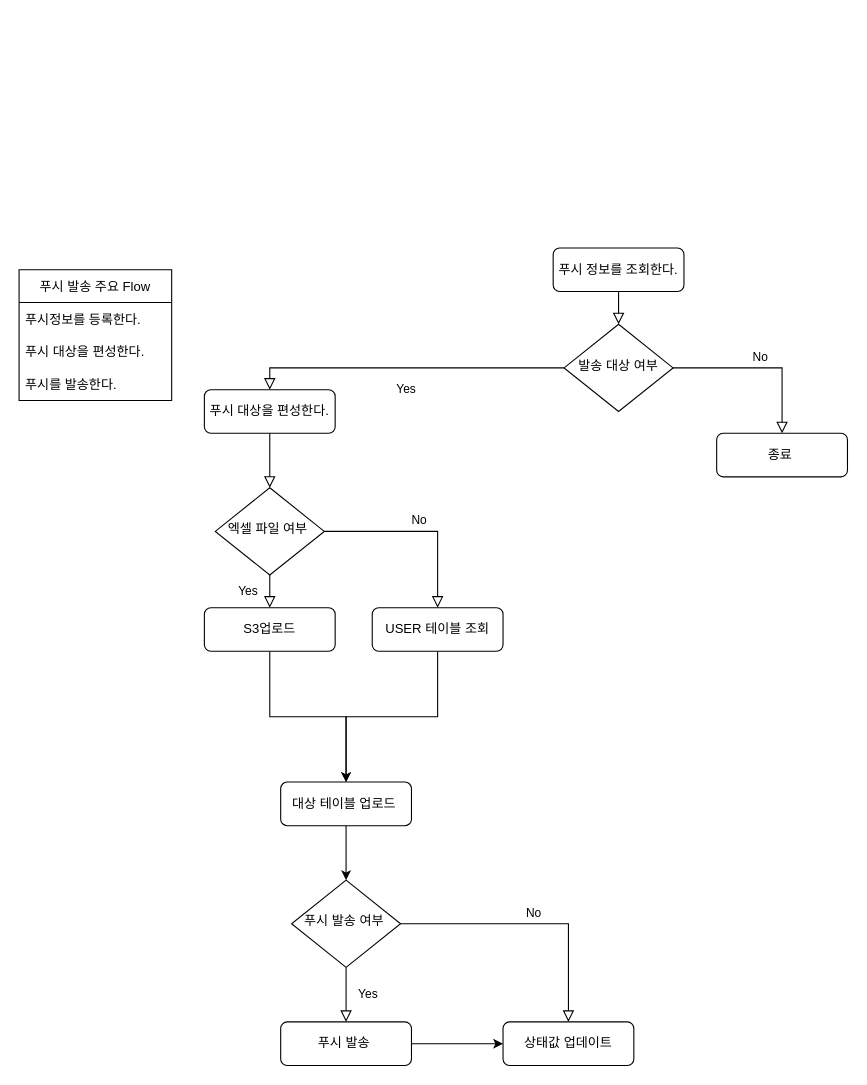
Before: 제목 없는 다이어그램.drawio in kangdanni/PushBatchTask, a draw.io diagram. Source tidied: cells renumbered, new cells numbered last; positions are measured from the earlier drawing's top-left corner, leaving out a move shared by most shapes. Both pictures are drawn from the tidied source at 109%, with x=0, y=0 at pixel (19, 247).
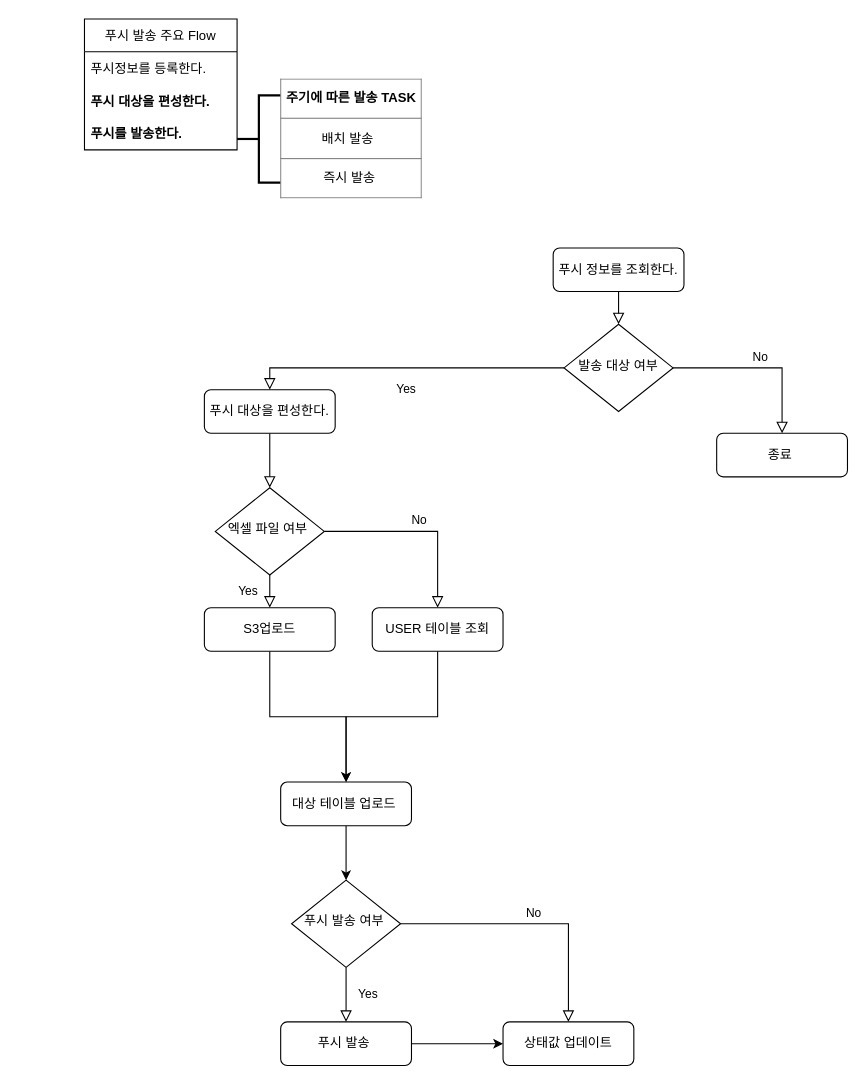
After the change.

Commit message:
제목 없는 다이어그램.drawio 업데이트

Diff of the diagram source:
```diff
@@
     <mxCell id="9" value="푸시 발송 주요 Flow" style="swimlane;fontStyle=0;horizontal=1;startSize=30;" parent="1" vertex="1">
-      <mxGeometry y="20" width="140" height="120" as="geometry" />
+      <mxGeometry x="60" y="-210" width="140" height="120" as="geometry" />
     </mxCell>
@@
-    <mxCell id="11" value="푸시 대상을 편성한다." style="text;strokeColor=none;fillColor=none;align=left;verticalAlign=middle;spacingLeft=4;spacingRight=4;overflow=hidden;" parent="9" vertex="1">
+    <mxCell id="11" value="푸시 대상을 편성한다." style="text;strokeColor=none;fillColor=none;align=left;verticalAlign=middle;spacingLeft=4;spacingRight=4;overflow=hidden;fontStyle=1;" parent="9" vertex="1">
       <mxGeometry y="60" width="140" height="30" as="geometry" />
     </mxCell>
-    <mxCell id="12" value="푸시를 발송한다." style="text;strokeColor=none;fillColor=none;align=left;verticalAlign=middle;spacingLeft=4;spacingRight=4;overflow=hidden;" parent="9" vertex="1">
+    <mxCell id="12" value="푸시를 발송한다." style="text;strokeColor=none;fillColor=none;align=left;verticalAlign=middle;spacingLeft=4;spacingRight=4;overflow=hidden;fontStyle=1;" parent="9" vertex="1">
       <mxGeometry y="90" width="140" height="30" as="geometry" />
     </mxCell>
@@
+    <mxCell id="29" style="strokeWidth=2;html=1;shape=mxgraph.flowchart.annotation_2;align=left;labelPosition=right;" parent="1" vertex="1">
+      <mxGeometry x="200" y="-140" width="40" height="80" as="geometry" />
+    </mxCell>
+    <mxCell id="30" value="&lt;table border=&quot;1&quot; width=&quot;100%&quot; height=&quot;100%&quot; cellpadding=&quot;4&quot; style=&quot;width:100%;height:100%;border-collapse:collapse;&quot;&gt;&lt;tbody&gt;&lt;tr&gt;&lt;th align=&quot;center&quot;&gt;주기에 따른 발송 TASK&lt;/th&gt;&lt;/tr&gt;&lt;tr&gt;&lt;td align=&quot;center&quot;&gt;배치 발송&amp;nbsp;&amp;nbsp;&lt;/td&gt;&lt;/tr&gt;&lt;tr&gt;&lt;td align=&quot;center&quot;&gt;즉시 발송&amp;nbsp;&lt;/td&gt;&lt;/tr&gt;&lt;/tbody&gt;&lt;/table&gt;" style="text;html=1;strokeColor=none;fillColor=none;overflow=fill;" parent="1" vertex="1">
+      <mxGeometry x="240" y="-155" width="130" height="110" as="geometry" />
+    </mxCell>
```
